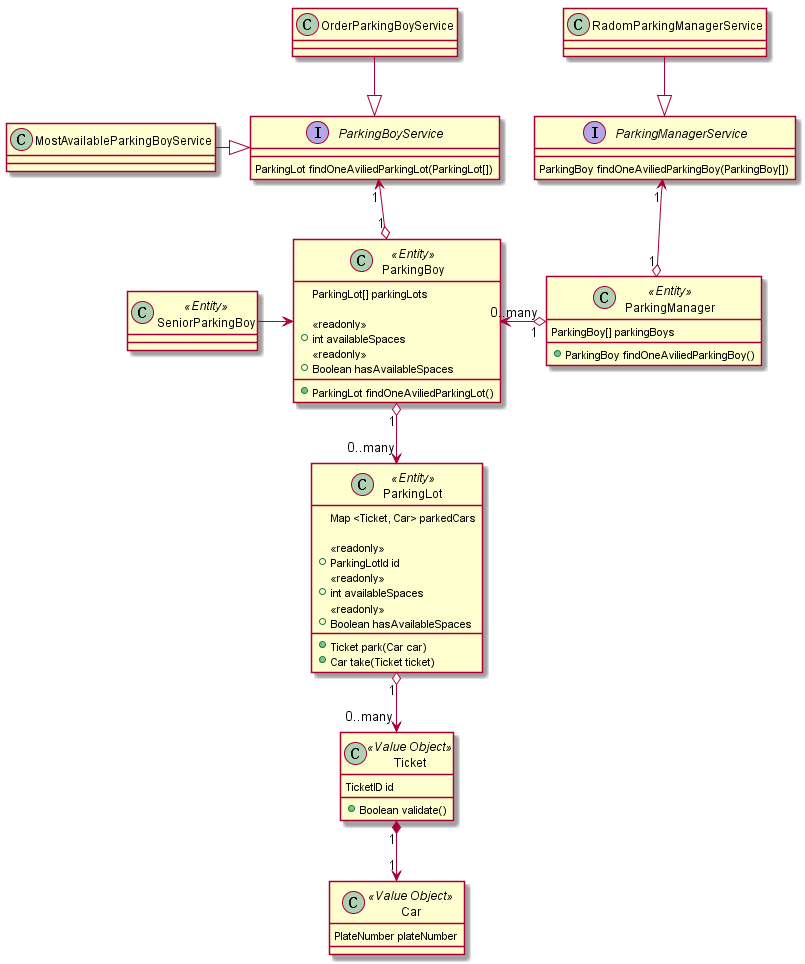
scglwsj/ddd-learning keeps this PlantUML diagram as out/Parking/parking.png. Above is the earlier version.
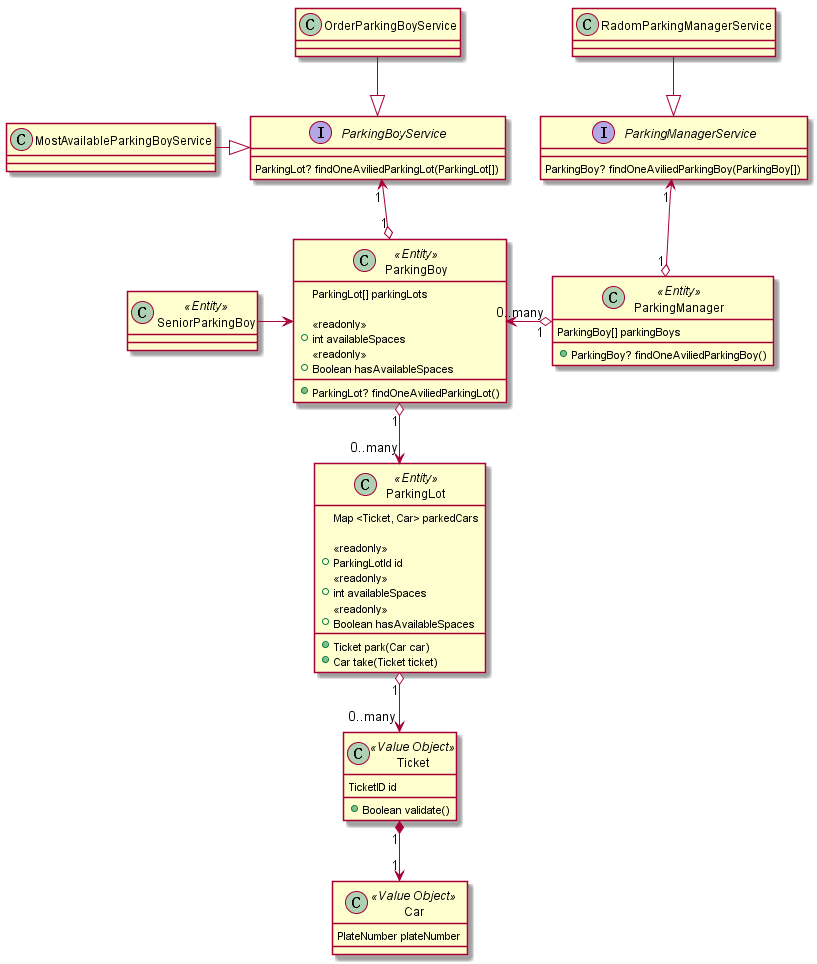
After the commit.

The edit, as a diff of the source:
```diff
@@ -1,11 +1,11 @@
 @startuml parking
 
 interface ParkingBoyService {
-  ParkingLot findOneAviliedParkingLot(ParkingLot[])
+  ParkingLot? findOneAviliedParkingLot(ParkingLot[])
 }
 
 interface ParkingManagerService {
-  ParkingBoy findOneAviliedParkingBoy(ParkingBoy[])
+  ParkingBoy? findOneAviliedParkingBoy(ParkingBoy[])
 }
 
 class OrderParkingBoyService
@@ -20,7 +20,7 @@
   <<readonly>>
   + Boolean hasAvailableSpaces
 
-  + ParkingLot findOneAviliedParkingLot()
+  + ParkingLot? findOneAviliedParkingLot()
 }
 
 class SeniorParkingBoy << Entity >>
@@ -50,7 +50,7 @@
 
 class ParkingManager << Entity >> {
   ParkingBoy[] parkingBoys
-  + ParkingBoy findOneAviliedParkingBoy()
+  + ParkingBoy? findOneAviliedParkingBoy()
 }
 
 Ticket "1" *--> "1" Car
```
